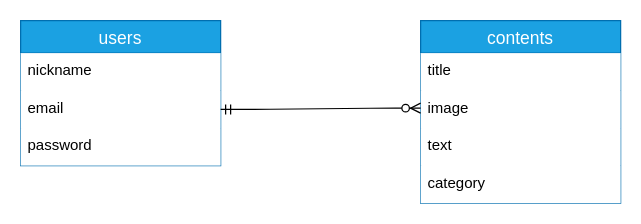
This is ER.dio from sabinuki198/slat, a draw.io file, before an edit. Source tidied: cells renumbered, new cells numbered last; positions are measured from the earlier drawing's top-left corner, leaving out a move shared by most shapes. Both pictures are drawn from the tidied source at 125%, with x=0, y=0 at pixel (20, 20).
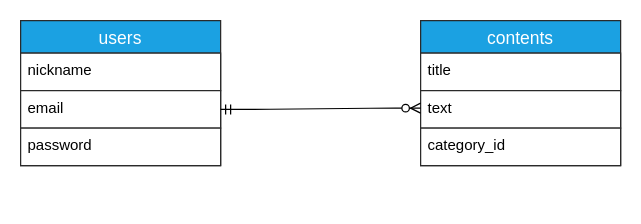
The same page after the edit.

Diff of the diagram source:
```diff
@@
 <mxGraphModel>
   <root>
     <mxCell id="0" />
     <mxCell id="1" parent="0" />
-    <mxCell id="2" value="users" style="swimlane;fontStyle=0;horizontal=1;startSize=26;align=center;fontSize=14;fillColor=#1ba1e2;fontColor=#ffffff;strokeColor=#006EAF;" parent="1" vertex="1">
+    <mxCell id="2" value="users" style="swimlane;fontStyle=0;horizontal=1;startSize=26;align=center;fontSize=14;fillColor=#1ba1e2;fontColor=#ffffff;strokeColor=#2A2A2A;" parent="1" vertex="1">
       <mxGeometry width="160" height="116" as="geometry" />
     </mxCell>
-    <mxCell id="3" value="nickname" style="text;strokeColor=none;fillColor=#FFFFFF;spacingLeft=4;spacingRight=4;overflow=hidden;fontSize=12;fontColor=#000000;" parent="2" vertex="1">
+    <mxCell id="3" value="nickname" style="text;strokeColor=#2A2A2A;fillColor=#FFFFFF;spacingLeft=4;spacingRight=4;overflow=hidden;fontSize=12;fontColor=#000000;" parent="2" vertex="1">
       <mxGeometry y="26" width="160" height="30" as="geometry" />
     </mxCell>
-    <mxCell id="4" value="email" style="text;strokeColor=none;fillColor=#FFFFFF;spacingLeft=4;spacingRight=4;overflow=hidden;points=[[0,0.5],[1,0.5]];portConstraint=eastwest;fontSize=12;fontColor=#000000;" parent="2" vertex="1">
+    <mxCell id="4" value="email" style="text;strokeColor=#2A2A2A;fillColor=#FFFFFF;spacingLeft=4;spacingRight=4;overflow=hidden;points=[[0,0.5],[1,0.5]];portConstraint=eastwest;fontSize=12;fontColor=#000000;" parent="2" vertex="1">
       <mxGeometry y="56" width="160" height="30" as="geometry" />
     </mxCell>
-    <mxCell id="5" value="password&#10;" style="text;strokeColor=none;fillColor=#FFFFFF;spacingLeft=4;spacingRight=4;overflow=hidden;fontSize=12;fontColor=#000000;" parent="2" vertex="1">
+    <mxCell id="5" value="password&#10;" style="text;strokeColor=#2A2A2A;fillColor=#FFFFFF;spacingLeft=4;spacingRight=4;overflow=hidden;fontSize=12;fontColor=#000000;" parent="2" vertex="1">
       <mxGeometry y="86" width="160" height="30" as="geometry" />
     </mxCell>
-    <mxCell id="6" value="contents" style="swimlane;fontStyle=0;horizontal=1;startSize=26;align=center;fontSize=14;fillColor=#1ba1e2;fontColor=#ffffff;strokeColor=#006EAF;" parent="1" vertex="1">
-      <mxGeometry x="320" width="160" height="146" as="geometry" />
+    <mxCell id="6" value="contents" style="swimlane;fontStyle=0;horizontal=1;startSize=26;align=center;fontSize=14;fillColor=#1ba1e2;fontColor=#ffffff;strokeColor=#2A2A2A;" parent="1" vertex="1">
+      <mxGeometry x="320" width="160" height="116" as="geometry" />
     </mxCell>
-    <mxCell id="7" value="title" style="text;strokeColor=none;fillColor=#FFFFFF;spacingLeft=4;spacingRight=4;overflow=hidden;fontSize=12;fontColor=#000000;" parent="6" vertex="1">
+    <mxCell id="7" value="title" style="text;strokeColor=#2A2A2A;fillColor=#FFFFFF;spacingLeft=4;spacingRight=4;overflow=hidden;fontSize=12;fontColor=#000000;" parent="6" vertex="1">
       <mxGeometry y="26" width="160" height="30" as="geometry" />
     </mxCell>
-    <mxCell id="8" value="image" style="text;strokeColor=none;fillColor=#FFFFFF;spacingLeft=4;spacingRight=4;overflow=hidden;fontSize=12;fontColor=#000000;" parent="6" vertex="1">
-      <mxGeometry y="56" width="160" height="30" as="geometry" />
-    </mxCell>
-    <mxCell id="9" value="text" style="text;strokeColor=none;fillColor=#FFFFFF;spacingLeft=4;spacingRight=4;overflow=hidden;fontSize=12;fontColor=#000000;" parent="6" vertex="1">
-      <mxGeometry y="86" width="160" height="30" as="geometry" />
+    <mxCell id="9" value="text" style="text;strokeColor=#2A2A2A;fillColor=#FFFFFF;spacingLeft=4;spacingRight=4;overflow=hidden;fontSize=12;fontColor=#000000;" parent="6" vertex="1">
+      <mxGeometry y="56" width="160" height="30" as="geometry" />
     </mxCell>
-    <mxCell id="10" value="category" style="text;strokeColor=none;fillColor=#FFFFFF;spacingLeft=4;spacingRight=4;overflow=hidden;fontSize=12;fontColor=#000000;" parent="6" vertex="1">
-      <mxGeometry y="116" width="160" height="30" as="geometry" />
+    <mxCell id="10" value="category_id&#10;" style="text;strokeColor=#2A2A2A;fillColor=#FFFFFF;spacingLeft=4;spacingRight=4;overflow=hidden;fontSize=12;fontColor=#000000;" parent="6" vertex="1">
+      <mxGeometry y="86" width="160" height="30" as="geometry" />
     </mxCell>
     <mxCell id="11" style="edgeStyle=entityRelationEdgeStyle;fontSize=12;html=1;endArrow=ERzeroToMany;startArrow=ERmandOne;exitX=1;exitY=0.5;exitDx=0;exitDy=0;" parent="1" edge="1" source="4">
       <mxGeometry relative="1" as="geometry">
         <mxPoint x="320" y="70" as="targetPoint" />
       </mxGeometry>
     </mxCell>
   </root>
 </mxGraphModel>
```
